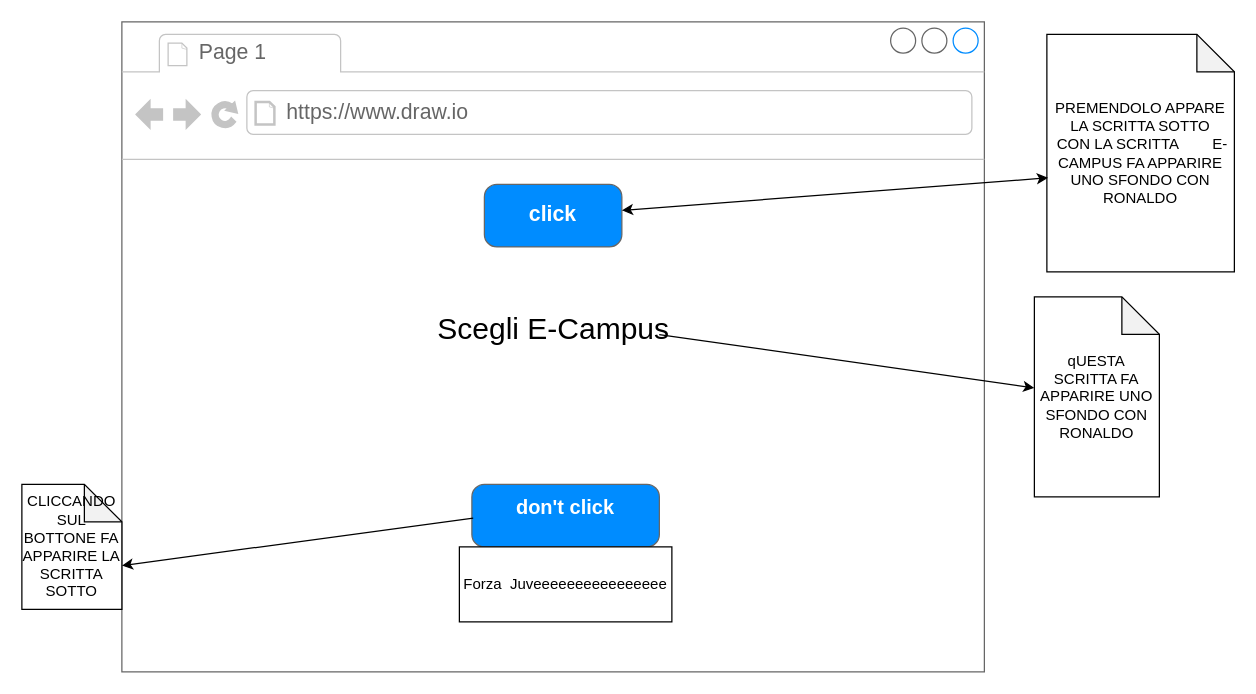
Before: Untitled Diagram.drawio in LigaLiga/2021-informatica-html5, a draw.io diagram. Source tidied: cells renumbered, new cells numbered last; positions are measured from the earlier drawing's top-left corner, leaving out a move shared by most shapes. Both pictures are drawn from the tidied source at 125%, with x=0, y=0 at pixel (21, 21).
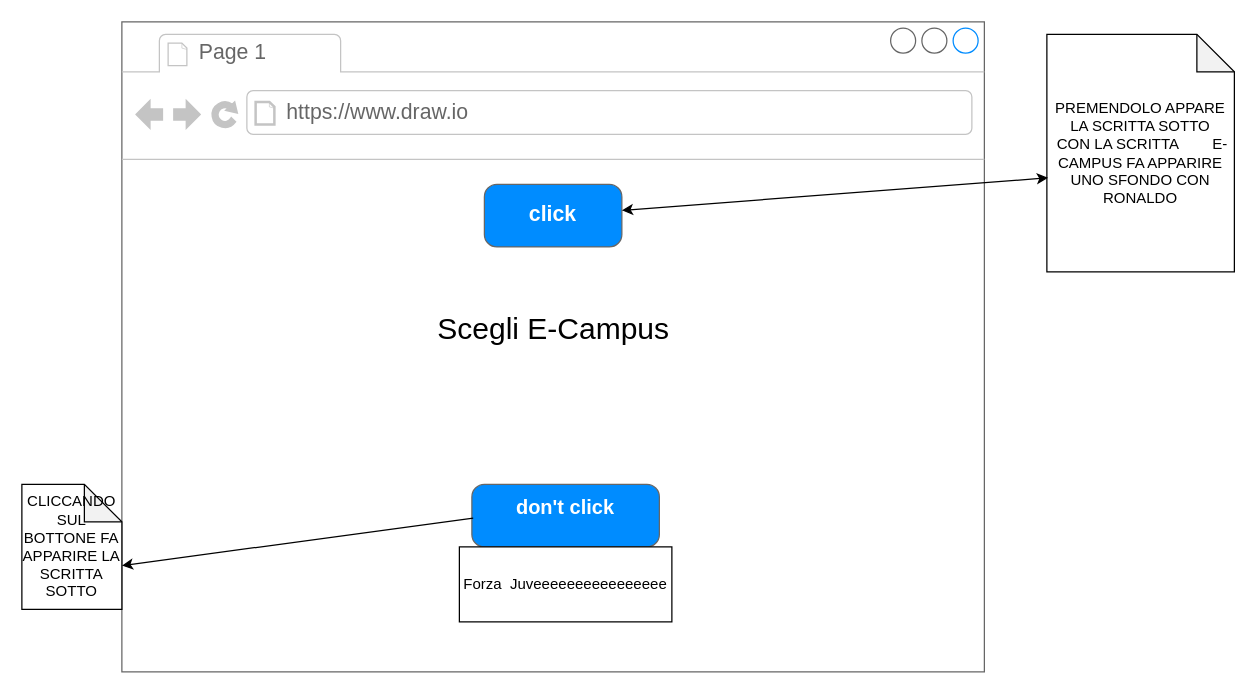
The same diagram, later.

Change to the diagram source:
```diff
@@
 <mxGraphModel>
   <root>
     <mxCell id="0" />
     <mxCell id="1" parent="0" />
     <mxCell id="2" value="&lt;font style=&quot;font-size: 24px&quot;&gt;Scegli E-Campus &lt;br&gt;&lt;br&gt;&lt;/font&gt;" style="strokeWidth=1;shadow=0;dashed=0;align=center;html=1;shape=mxgraph.mockup.containers.browserWindow;rSize=0;strokeColor=#666666;strokeColor2=#008cff;strokeColor3=#c4c4c4;mainText=,;" parent="1" vertex="1">
       <mxGeometry x="80" width="690" height="520" as="geometry" />
     </mxCell>
     <mxCell id="3" value="Page 1" style="strokeWidth=1;shadow=0;dashed=0;align=center;html=1;shape=mxgraph.mockup.containers.anchor;fontSize=17;fontColor=#666666;align=left;" parent="2" vertex="1">
       <mxGeometry x="60" y="12" width="110" height="26" as="geometry" />
     </mxCell>
     <mxCell id="4" value="https://www.draw.io" style="strokeWidth=1;shadow=0;dashed=0;align=center;html=1;shape=mxgraph.mockup.containers.anchor;rSize=0;fontSize=17;fontColor=#666666;align=left;" parent="2" vertex="1">
       <mxGeometry x="130" y="60" width="250" height="26" as="geometry" />
     </mxCell>
     <mxCell id="5" value="click&lt;br&gt;" style="strokeWidth=1;shadow=0;dashed=0;align=center;html=1;shape=mxgraph.mockup.buttons.button;strokeColor=#666666;fontColor=#ffffff;mainText=;buttonStyle=round;fontSize=17;fontStyle=1;fillColor=#008cff;whiteSpace=wrap;" parent="2" vertex="1">
       <mxGeometry x="290" y="130" width="110" height="50" as="geometry" />
     </mxCell>
     <mxCell id="6" style="strokeWidth=1;shadow=0;dashed=0;align=center;html=1;shape=mxgraph.mockup.buttons.multiButton;fillColor=#008cff;strokeColor=#666666;mainText=;subText=;" parent="2" vertex="1">
       <mxGeometry x="280" y="370" width="150" height="50" as="geometry" />
     </mxCell>
     <mxCell id="7" value="don't click" style="strokeWidth=1;shadow=0;dashed=0;align=center;html=1;shape=mxgraph.mockup.anchor;fontSize=16;fontColor=#ffffff;fontStyle=1;whiteSpace=wrap;" parent="6" vertex="1">
       <mxGeometry y="8" width="150" height="20" as="geometry" />
     </mxCell>
     <mxCell id="8" style="strokeWidth=1;shadow=0;dashed=0;align=center;html=1;shape=mxgraph.mockup.anchor;fontSize=12;fontColor=#ffffff;fontStyle=1;whiteSpace=wrap;" parent="6" vertex="1">
       <mxGeometry y="30" width="150" height="10" as="geometry" />
     </mxCell>
     <mxCell id="9" value="Forza&amp;nbsp; Juveeeeeeeeeeeeeeee" style="rounded=0;whiteSpace=wrap;html=1;" parent="2" vertex="1">
       <mxGeometry x="270" y="420" width="170" height="60" as="geometry" />
     </mxCell>
     <mxCell id="10" value="PREMENDOLO APPARE LA SCRITTA SOTTO &lt;br&gt;&amp;nbsp;CON LA SCRITTA&amp;nbsp; &amp;nbsp; &amp;nbsp; &amp;nbsp; E-CAMPUS FA APPARIRE UNO SFONDO CON RONALDO&lt;br&gt;" style="shape=note;whiteSpace=wrap;html=1;backgroundOutline=1;darkOpacity=0.05;" parent="1" vertex="1">
       <mxGeometry x="820" y="10" width="150" height="190" as="geometry" />
     </mxCell>
-    <mxCell id="11" value="qUESTA SCRITTA FA APPARIRE UNO SFONDO CON RONALDO" style="shape=note;whiteSpace=wrap;html=1;backgroundOutline=1;darkOpacity=0.05;" parent="1" vertex="1">
-      <mxGeometry x="810" y="220" width="100" height="160" as="geometry" />
-    </mxCell>
     <mxCell id="12" style="endArrow=classic;startArrow=classic;html=1;entryX=0.006;entryY=0.604;entryDx=0;entryDy=0;entryPerimeter=0;" parent="1" edge="1" source="5" target="10">
       <mxGeometry relative="1" as="geometry" />
     </mxCell>
-    <mxCell id="13" style="endArrow=classic;html=1;exitX=0.623;exitY=0.481;exitDx=0;exitDy=0;exitPerimeter=0;" parent="1" edge="1" source="2" target="11">
-      <mxGeometry relative="1" as="geometry" />
-    </mxCell>
     <mxCell id="14" value="CLICCANDO SUL BOTTONE FA APPARIRE LA SCRITTA SOTTO" style="shape=note;whiteSpace=wrap;html=1;backgroundOutline=1;darkOpacity=0.05;" parent="1" vertex="1">
       <mxGeometry y="370" width="80" height="100" as="geometry" />
     </mxCell>
     <mxCell id="15" style="endArrow=classic;html=1;entryX=0;entryY=0;entryDx=80;entryDy=65;entryPerimeter=0;exitX=0.007;exitY=0.54;exitDx=0;exitDy=0;exitPerimeter=0;" parent="1" edge="1" source="6" target="14">
       <mxGeometry relative="1" as="geometry" />
     </mxCell>
   </root>
 </mxGraphModel>
```
